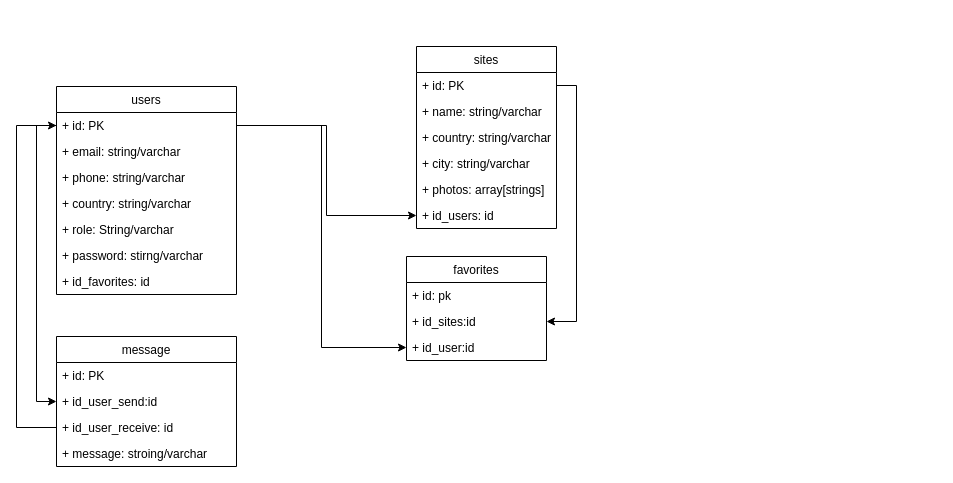
This is databasediagram.drawio from andresmesad09/Backend-LetsRoomie, a draw.io file, before an edit. Source tidied: cells renumbered, new cells numbered last; positions are measured from the earlier drawing's top-left corner, leaving out a move shared by most shapes. Both pictures are drawn from the tidied source at 100%, with x=0, y=0 at pixel (16, 46).
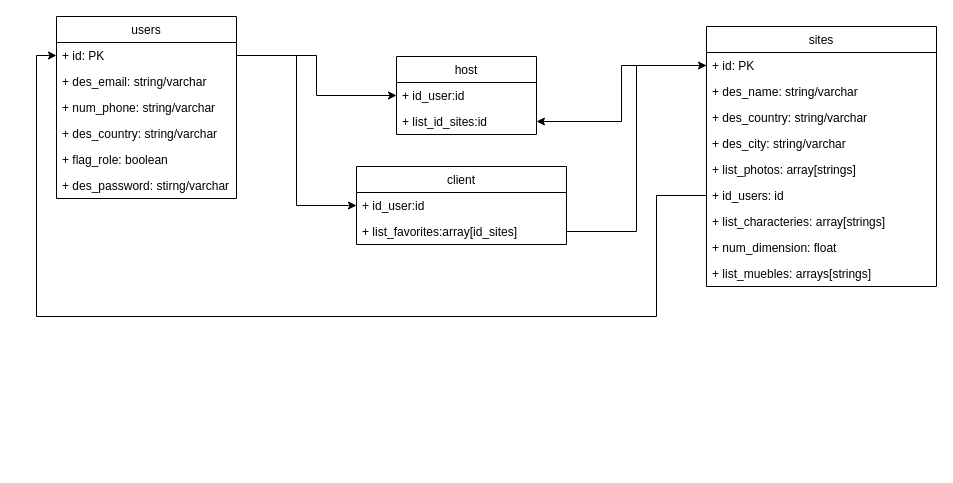
After the change.

Unchanged cells that the change refers to:
```xml
<mxCell id="3" value="+ id: PK" style="text;strokeColor=none;fillColor=none;align=left;verticalAlign=top;spacingLeft=4;spacingRight=4;overflow=hidden;points=[[0,0.5],[1,0.5]];portConstraint=eastwest;" parent="2" vertex="1">
  <mxGeometry y="26" width="180" height="26" as="geometry" />
</mxCell>
```

Diff of the diagram source:
```diff
@@
     <mxCell id="2" value="users" style="swimlane;fontStyle=0;horizontal=1;startSize=26;fillColor=none;" parent="1" vertex="1">
-      <mxGeometry x="40" y="40" width="180" height="208" as="geometry" />
+      <mxGeometry x="40" y="-30" width="180" height="182" as="geometry" />
     </mxCell>
@@
-    <mxCell id="4" value="+ email: string/varchar" style="text;strokeColor=none;fillColor=none;align=left;verticalAlign=top;spacingLeft=4;spacingRight=4;overflow=hidden;" parent="2" vertex="1">
+    <mxCell id="4" value="+ des_email: string/varchar" style="text;strokeColor=none;fillColor=none;align=left;verticalAlign=top;spacingLeft=4;spacingRight=4;overflow=hidden;" parent="2" vertex="1">
       <mxGeometry y="52" width="180" height="26" as="geometry" />
     </mxCell>
-    <mxCell id="5" value="+ phone: string/varchar" style="text;strokeColor=none;fillColor=none;align=left;verticalAlign=top;spacingLeft=4;spacingRight=4;overflow=hidden;" parent="2" vertex="1">
+    <mxCell id="5" value="+ num_phone: string/varchar" style="text;strokeColor=none;fillColor=none;align=left;verticalAlign=top;spacingLeft=4;spacingRight=4;overflow=hidden;" parent="2" vertex="1">
       <mxGeometry y="78" width="180" height="26" as="geometry" />
     </mxCell>
-    <mxCell id="6" value="+ country: string/varchar" style="text;strokeColor=none;fillColor=none;align=left;verticalAlign=top;spacingLeft=4;spacingRight=4;overflow=hidden;" parent="2" vertex="1">
+    <mxCell id="6" value="+ des_country: string/varchar" style="text;strokeColor=none;fillColor=none;align=left;verticalAlign=top;spacingLeft=4;spacingRight=4;overflow=hidden;" parent="2" vertex="1">
       <mxGeometry y="104" width="180" height="26" as="geometry" />
     </mxCell>
-    <mxCell id="7" value="+ role: String/varchar" style="text;strokeColor=none;fillColor=none;align=left;verticalAlign=top;spacingLeft=4;spacingRight=4;overflow=hidden;" parent="2" vertex="1">
+    <mxCell id="7" value="+ flag_role: boolean" style="text;strokeColor=none;fillColor=none;align=left;verticalAlign=top;spacingLeft=4;spacingRight=4;overflow=hidden;" parent="2" vertex="1">
       <mxGeometry y="130" width="180" height="26" as="geometry" />
     </mxCell>
-    <mxCell id="8" value="+ password: stirng/varchar" style="text;strokeColor=none;fillColor=none;align=left;verticalAlign=top;spacingLeft=4;spacingRight=4;overflow=hidden;" parent="2" vertex="1">
+    <mxCell id="8" value="+ des_password: stirng/varchar" style="text;strokeColor=none;fillColor=none;align=left;verticalAlign=top;spacingLeft=4;spacingRight=4;overflow=hidden;" parent="2" vertex="1">
       <mxGeometry y="156" width="180" height="26" as="geometry" />
     </mxCell>
-    <mxCell id="9" value="+ id_favorites: id" style="text;strokeColor=none;fillColor=none;align=left;verticalAlign=top;spacingLeft=4;spacingRight=4;overflow=hidden;" parent="2" vertex="1">
-      <mxGeometry y="182" width="180" height="26" as="geometry" />
-    </mxCell>
+    <mxCell id="31" style="edgeStyle=orthogonalEdgeStyle;rounded=0;jettySize=auto;html=1;exitX=1;exitY=0.5;exitDx=0;exitDy=0;entryX=0;entryY=0.5;entryDx=0;entryDy=0;" parent="1" edge="1" source="3" target="34">
+      <mxGeometry relative="1" as="geometry" />
+    </mxCell>
+    <mxCell id="32" style="edgeStyle=orthogonalEdgeStyle;rounded=0;jettySize=auto;html=1;exitX=1;exitY=0.5;exitDx=0;exitDy=0;entryX=0;entryY=0.5;entryDx=0;entryDy=0;" parent="1" edge="1" source="3" target="42">
+      <mxGeometry relative="1" as="geometry" />
+    </mxCell>
+    <mxCell id="33" value="host" style="swimlane;fontStyle=0;horizontal=1;startSize=26;fillColor=none;" parent="1" vertex="1">
+      <mxGeometry x="380" y="10" width="140" height="78" as="geometry" />
+    </mxCell>
+    <mxCell id="34" value="+ id_user:id" style="text;strokeColor=none;fillColor=none;align=left;verticalAlign=top;spacingLeft=4;spacingRight=4;overflow=hidden;points=[[0,0.5],[1,0.5]];portConstraint=eastwest;" parent="33" vertex="1">
+      <mxGeometry y="26" width="140" height="26" as="geometry" />
+    </mxCell>
+    <mxCell id="35" value="+ list_id_sites:id" style="text;strokeColor=none;fillColor=none;align=left;verticalAlign=top;spacingLeft=4;spacingRight=4;overflow=hidden;points=[[0,0.5],[1,0.5]];portConstraint=eastwest;" parent="33" vertex="1">
+      <mxGeometry y="52" width="140" height="26" as="geometry" />
+    </mxCell>
+    <mxCell id="36" style="edgeStyle=orthogonalEdgeStyle;rounded=0;jettySize=auto;html=1;exitX=0;exitY=0.5;exitDx=0;exitDy=0;entryX=1;entryY=0.5;entryDx=0;entryDy=0;" parent="1" edge="1" source="11" target="35">
+      <mxGeometry relative="1" as="geometry" />
+    </mxCell>
+    <mxCell id="37" style="edgeStyle=orthogonalEdgeStyle;rounded=0;jettySize=auto;html=1;exitX=0;exitY=0.5;exitDx=0;exitDy=0;entryX=0;entryY=0.5;entryDx=0;entryDy=0;" parent="1" edge="1" source="16" target="3">
+      <mxGeometry relative="1" as="geometry">
+        <Array as="points">
+          <mxPoint x="640" y="270" />
+          <mxPoint x="20" y="270" />
+          <mxPoint x="20" y="9" />
+        </Array>
+      </mxGeometry>
+    </mxCell>
     <mxCell id="10" value="sites" style="swimlane;fontStyle=0;horizontal=1;startSize=26;fillColor=none;" parent="1" vertex="1">
-      <mxGeometry x="400" width="140" height="182" as="geometry" />
+      <mxGeometry x="690" y="-20" width="230" height="260" as="geometry" />
     </mxCell>
     <mxCell id="11" value="+ id: PK" style="text;strokeColor=none;fillColor=none;align=left;verticalAlign=top;spacingLeft=4;spacingRight=4;overflow=hidden;points=[[0,0.5],[1,0.5]];portConstraint=eastwest;" parent="10" vertex="1">
-      <mxGeometry y="26" width="140" height="26" as="geometry" />
+      <mxGeometry y="26" width="230" height="26" as="geometry" />
     </mxCell>
-    <mxCell id="12" value="+ name: string/varchar" style="text;strokeColor=none;fillColor=none;align=left;verticalAlign=top;spacingLeft=4;spacingRight=4;overflow=hidden;" parent="10" vertex="1">
-      <mxGeometry y="52" width="140" height="26" as="geometry" />
+    <mxCell id="12" value="+ des_name: string/varchar" style="text;strokeColor=none;fillColor=none;align=left;verticalAlign=top;spacingLeft=4;spacingRight=4;overflow=hidden;" parent="10" vertex="1">
+      <mxGeometry y="52" width="230" height="26" as="geometry" />
     </mxCell>
-    <mxCell id="13" value="+ country: string/varchar" style="text;strokeColor=none;fillColor=none;align=left;verticalAlign=top;spacingLeft=4;spacingRight=4;overflow=hidden;" parent="10" vertex="1">
-      <mxGeometry y="78" width="140" height="26" as="geometry" />
+    <mxCell id="13" value="+ des_country: string/varchar" style="text;strokeColor=none;fillColor=none;align=left;verticalAlign=top;spacingLeft=4;spacingRight=4;overflow=hidden;" parent="10" vertex="1">
+      <mxGeometry y="78" width="230" height="26" as="geometry" />
     </mxCell>
-    <mxCell id="14" value="+ city: string/varchar" style="text;strokeColor=none;fillColor=none;align=left;verticalAlign=top;spacingLeft=4;spacingRight=4;overflow=hidden;" parent="10" vertex="1">
-      <mxGeometry y="104" width="140" height="26" as="geometry" />
+    <mxCell id="14" value="+ des_city: string/varchar" style="text;strokeColor=none;fillColor=none;align=left;verticalAlign=top;spacingLeft=4;spacingRight=4;overflow=hidden;" parent="10" vertex="1">
+      <mxGeometry y="104" width="230" height="26" as="geometry" />
     </mxCell>
-    <mxCell id="15" value="+ photos: array[strings]" style="text;strokeColor=none;fillColor=none;align=left;verticalAlign=top;spacingLeft=4;spacingRight=4;overflow=hidden;" parent="10" vertex="1">
-      <mxGeometry y="130" width="140" height="26" as="geometry" />
+    <mxCell id="15" value="+ list_photos: array[strings]" style="text;strokeColor=none;fillColor=none;align=left;verticalAlign=top;spacingLeft=4;spacingRight=4;overflow=hidden;" parent="10" vertex="1">
+      <mxGeometry y="130" width="230" height="26" as="geometry" />
     </mxCell>
     <mxCell id="16" value="+ id_users: id" style="text;strokeColor=none;fillColor=none;align=left;verticalAlign=top;spacingLeft=4;spacingRight=4;overflow=hidden;points=[[0,0.5],[1,0.5]];portConstraint=eastwest;" parent="10" vertex="1">
-      <mxGeometry y="156" width="140" height="26" as="geometry" />
+      <mxGeometry y="156" width="230" height="26" as="geometry" />
     </mxCell>
-    <mxCell id="17" style="edgeStyle=orthogonalEdgeStyle;rounded=0;jettySize=auto;html=1;exitX=1;exitY=0.5;exitDx=0;exitDy=0;entryX=0;entryY=0.5;entryDx=0;entryDy=0;" parent="1" edge="1" source="3" target="16">
-      <mxGeometry relative="1" as="geometry" />
-    </mxCell>
-    <mxCell id="18" value="favorites" style="swimlane;fontStyle=0;horizontal=1;startSize=26;fillColor=none;" parent="1" vertex="1">
-      <mxGeometry x="390" y="210" width="140" height="104" as="geometry" />
-    </mxCell>
-    <mxCell id="19" value="+ id: pk" style="text;strokeColor=none;fillColor=none;align=left;verticalAlign=top;spacingLeft=4;spacingRight=4;overflow=hidden;" parent="18" vertex="1">
-      <mxGeometry y="26" width="140" height="26" as="geometry" />
-    </mxCell>
-    <mxCell id="20" value="+ id_sites:id" style="text;strokeColor=none;fillColor=none;align=left;verticalAlign=top;spacingLeft=4;spacingRight=4;overflow=hidden;points=[[0,0.5],[1,0.5]];portConstraint=eastwest;" parent="18" vertex="1">
-      <mxGeometry y="52" width="140" height="26" as="geometry" />
-    </mxCell>
-    <mxCell id="21" value="+ id_user:id" style="text;strokeColor=none;fillColor=none;align=left;verticalAlign=top;spacingLeft=4;spacingRight=4;overflow=hidden;points=[[0,0.5],[1,0.5]];portConstraint=eastwest;" parent="18" vertex="1">
-      <mxGeometry y="78" width="140" height="26" as="geometry" />
-    </mxCell>
-    <mxCell id="22" style="edgeStyle=orthogonalEdgeStyle;rounded=0;jettySize=auto;html=1;exitX=1;exitY=0.5;exitDx=0;exitDy=0;entryX=0;entryY=0.5;entryDx=0;entryDy=0;" parent="1" edge="1" source="3" target="21">
-      <mxGeometry relative="1" as="geometry" />
-    </mxCell>
-    <mxCell id="23" style="edgeStyle=orthogonalEdgeStyle;rounded=0;jettySize=auto;html=1;exitX=1;exitY=0.5;exitDx=0;exitDy=0;entryX=1;entryY=0.5;entryDx=0;entryDy=0;" parent="1" edge="1" source="11" target="20">
-      <mxGeometry relative="1" as="geometry" />
-    </mxCell>
-    <mxCell id="24" value="message" style="swimlane;fontStyle=0;horizontal=1;startSize=26;fillColor=none;" parent="1" vertex="1">
-      <mxGeometry x="40" y="290" width="180" height="130" as="geometry" />
-    </mxCell>
-    <mxCell id="25" value="+ id: PK" style="text;strokeColor=none;fillColor=none;align=left;verticalAlign=top;spacingLeft=4;spacingRight=4;overflow=hidden;" parent="24" vertex="1">
-      <mxGeometry y="26" width="180" height="26" as="geometry" />
-    </mxCell>
-    <mxCell id="26" value="+ id_user_send:id " style="text;strokeColor=none;fillColor=none;align=left;verticalAlign=top;spacingLeft=4;spacingRight=4;overflow=hidden;" parent="24" vertex="1">
-      <mxGeometry y="52" width="180" height="26" as="geometry" />
-    </mxCell>
-    <mxCell id="27" value="+ id_user_receive: id" style="text;strokeColor=none;fillColor=none;align=left;verticalAlign=top;spacingLeft=4;spacingRight=4;overflow=hidden;points=[[0,0.5],[1,0.5]];portConstraint=eastwest;" parent="24" vertex="1">
-      <mxGeometry y="78" width="180" height="26" as="geometry" />
-    </mxCell>
-    <mxCell id="28" value="+ message: stroing/varchar" style="text;strokeColor=none;fillColor=none;align=left;verticalAlign=top;spacingLeft=4;spacingRight=4;overflow=hidden;" parent="24" vertex="1">
-      <mxGeometry y="104" width="180" height="26" as="geometry" />
-    </mxCell>
-    <mxCell id="29" style="edgeStyle=orthogonalEdgeStyle;rounded=0;jettySize=auto;html=1;exitX=0;exitY=0.5;exitDx=0;exitDy=0;entryX=0;entryY=0.5;entryDx=0;entryDy=0;" parent="1" edge="1" source="3" target="24">
-      <mxGeometry relative="1" as="geometry" />
-    </mxCell>
-    <mxCell id="30" style="edgeStyle=orthogonalEdgeStyle;rounded=0;jettySize=auto;html=1;exitX=0;exitY=0.5;exitDx=0;exitDy=0;" parent="1" edge="1" source="27" target="3">
-      <mxGeometry relative="1" as="geometry">
-        <Array as="points">
-          <mxPoint y="381" />
-          <mxPoint y="79" />
-        </Array>
-      </mxGeometry>
-    </mxCell>
+    <mxCell id="38" value="+ list_characteries: array[strings]" style="text;strokeColor=none;fillColor=none;align=left;verticalAlign=top;spacingLeft=4;spacingRight=4;overflow=hidden;" parent="10" vertex="1">
+      <mxGeometry y="182" width="230" height="26" as="geometry" />
+    </mxCell>
+    <mxCell id="39" value="+ num_dimension: float" style="text;strokeColor=none;fillColor=none;align=left;verticalAlign=top;spacingLeft=4;spacingRight=4;overflow=hidden;" parent="10" vertex="1">
+      <mxGeometry y="208" width="230" height="26" as="geometry" />
+    </mxCell>
+    <mxCell id="40" value="+ list_muebles: arrays[strings]" style="text;strokeColor=none;fillColor=none;align=left;verticalAlign=top;spacingLeft=4;spacingRight=4;overflow=hidden;" parent="10" vertex="1">
+      <mxGeometry y="234" width="230" height="26" as="geometry" />
+    </mxCell>
+    <mxCell id="41" value="client" style="swimlane;fontStyle=0;horizontal=1;startSize=26;fillColor=none;" parent="1" vertex="1">
+      <mxGeometry x="340" y="120" width="210" height="78" as="geometry" />
+    </mxCell>
+    <mxCell id="42" value="+ id_user:id" style="text;strokeColor=none;fillColor=none;align=left;verticalAlign=top;spacingLeft=4;spacingRight=4;overflow=hidden;points=[[0,0.5],[1,0.5]];portConstraint=eastwest;" parent="41" vertex="1">
+      <mxGeometry y="26" width="210" height="26" as="geometry" />
+    </mxCell>
+    <mxCell id="43" value="+ list_favorites:array[id_sites]" style="text;strokeColor=none;fillColor=none;align=left;verticalAlign=top;spacingLeft=4;spacingRight=4;overflow=hidden;points=[[0,0.5],[1,0.5]];portConstraint=eastwest;" parent="41" vertex="1">
+      <mxGeometry y="52" width="210" height="26" as="geometry" />
+    </mxCell>
+    <mxCell id="44" style="edgeStyle=orthogonalEdgeStyle;rounded=0;jettySize=auto;html=1;exitX=1;exitY=0.5;exitDx=0;exitDy=0;entryX=0;entryY=0.5;entryDx=0;entryDy=0;" parent="1" edge="1" source="43" target="11">
+      <mxGeometry relative="1" as="geometry" />
+    </mxCell>
```
